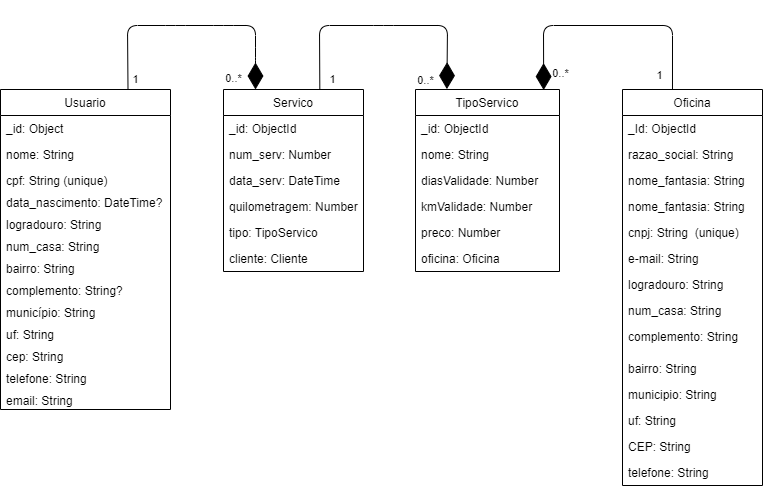
This is docs/NoAM.png from FatecFranca/DSM-G03-PI3-2024-2, a draw.io export, as it was before one commit. Source tidied: cells renumbered, new cells last; positions are measured from the earlier drawing's top-left corner, leaving out a move shared by most shapes.
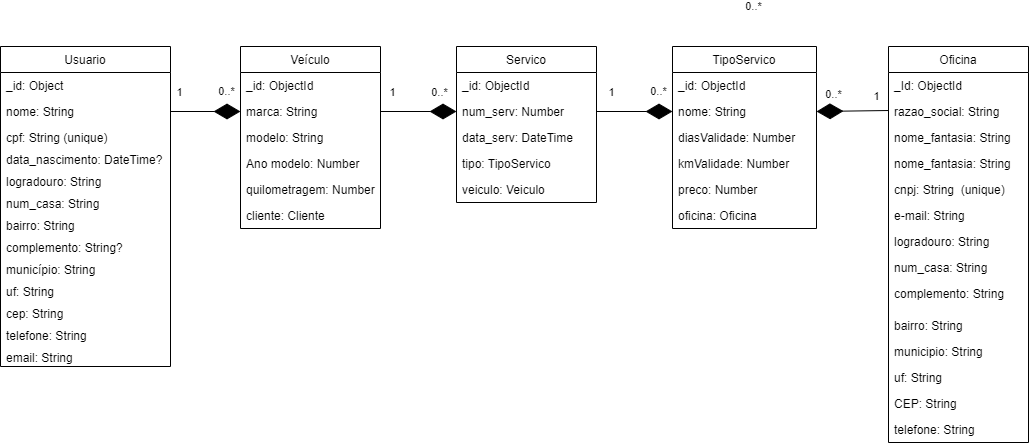
The same file after the commit.

Commit message:
(30/09) Alteração no drawio, inclusão de entidade veículo

Diff of the diagram source:
```diff
@@ -3,7 +3,7 @@
     <mxCell id="0" />
     <mxCell id="1" parent="0" />
     <mxCell id="2" value="Usuario" style="swimlane;fontStyle=0;horizontal=1;startSize=26;fillColor=none;" parent="1" vertex="1">
-      <mxGeometry y="88" width="170" height="320" as="geometry" />
+      <mxGeometry x="-65" y="88" width="170" height="320" as="geometry" />
     </mxCell>
     <mxCell id="3" value="_id: Object" style="text;strokeColor=none;fillColor=none;align=left;verticalAlign=top;spacingLeft=4;spacingRight=4;overflow=hidden;" parent="2" vertex="1">
       <mxGeometry y="26" width="170" height="26" as="geometry" />
@@ -44,29 +44,8 @@
     <mxCell id="15" value="email: String" style="text;strokeColor=none;fillColor=none;align=left;verticalAlign=top;spacingLeft=4;spacingRight=4;overflow=hidden;" parent="2" vertex="1">
       <mxGeometry y="298" width="170" height="22" as="geometry" />
     </mxCell>
-    <mxCell id="16" value="Servico" style="swimlane;fontStyle=0;horizontal=1;startSize=26;fillColor=none;" parent="1" vertex="1">
-      <mxGeometry x="223" y="88" width="140" height="182" as="geometry" />
-    </mxCell>
-    <mxCell id="17" value="_id: ObjectId" style="text;strokeColor=none;fillColor=none;align=left;verticalAlign=top;spacingLeft=4;spacingRight=4;overflow=hidden;" parent="16" vertex="1">
-      <mxGeometry y="26" width="140" height="26" as="geometry" />
-    </mxCell>
-    <mxCell id="18" value="num_serv: Number" style="text;strokeColor=none;fillColor=none;align=left;verticalAlign=top;spacingLeft=4;spacingRight=4;overflow=hidden;points=[[0,0.5],[1,0.5]];portConstraint=eastwest;" parent="16" vertex="1">
-      <mxGeometry y="52" width="140" height="26" as="geometry" />
-    </mxCell>
-    <mxCell id="19" value="data_serv: DateTime" style="text;strokeColor=none;fillColor=none;align=left;verticalAlign=top;spacingLeft=4;spacingRight=4;overflow=hidden;" parent="16" vertex="1">
-      <mxGeometry y="78" width="140" height="26" as="geometry" />
-    </mxCell>
-    <mxCell id="20" value="quilometragem: Number" style="text;strokeColor=none;fillColor=none;align=left;verticalAlign=top;spacingLeft=4;spacingRight=4;overflow=hidden;" parent="16" vertex="1">
-      <mxGeometry y="104" width="140" height="26" as="geometry" />
-    </mxCell>
-    <mxCell id="21" value="tipo: TipoServico" style="text;strokeColor=none;fillColor=none;align=left;verticalAlign=top;spacingLeft=4;spacingRight=4;overflow=hidden;" parent="16" vertex="1">
-      <mxGeometry y="130" width="140" height="26" as="geometry" />
-    </mxCell>
-    <mxCell id="22" value="cliente: Cliente" style="text;strokeColor=none;fillColor=none;align=left;verticalAlign=top;spacingLeft=4;spacingRight=4;overflow=hidden;" parent="16" vertex="1">
-      <mxGeometry y="156" width="140" height="26" as="geometry" />
-    </mxCell>
     <mxCell id="23" value="Oficina" style="swimlane;fontStyle=0;horizontal=1;startSize=26;fillColor=none;" parent="1" vertex="1">
-      <mxGeometry x="622" y="88" width="140" height="396" as="geometry" />
+      <mxGeometry x="823" y="88" width="140" height="396" as="geometry" />
     </mxCell>
     <mxCell id="24" value="_Id: ObjectId" style="text;strokeColor=none;fillColor=none;align=left;verticalAlign=top;spacingLeft=4;spacingRight=4;overflow=hidden;" parent="23" vertex="1">
       <mxGeometry y="26" width="140" height="26" as="geometry" />
@@ -111,7 +90,7 @@
       <mxGeometry y="370" width="140" height="26" as="geometry" />
     </mxCell>
     <mxCell id="38" value="TipoServico" style="swimlane;fontStyle=0;horizontal=1;startSize=26;fillColor=none;" parent="1" vertex="1">
-      <mxGeometry x="415" y="88" width="144" height="182" as="geometry" />
+      <mxGeometry x="607" y="88" width="144" height="182" as="geometry" />
     </mxCell>
     <mxCell id="39" value="_id: ObjectId" style="text;strokeColor=none;fillColor=none;align=left;verticalAlign=top;spacingLeft=4;spacingRight=4;overflow=hidden;" parent="38" vertex="1">
       <mxGeometry y="26" width="144" height="26" as="geometry" />
@@ -131,64 +110,101 @@
     <mxCell id="44" value="oficina: Oficina" style="text;strokeColor=none;fillColor=none;align=left;verticalAlign=top;spacingLeft=4;spacingRight=4;overflow=hidden;" parent="38" vertex="1">
       <mxGeometry y="156" width="144" height="26" as="geometry" />
     </mxCell>
-    <mxCell id="45" style="endArrow=diamondThin;endFill=1;endSize=24;html=1;fillColor=#000000;exitX=0.75;exitY=0;exitDx=0;exitDy=0;" parent="1" edge="1" source="2">
-      <mxGeometry relative="1" as="geometry">
-        <mxPoint x="255" y="88" as="targetPoint" />
-        <Array as="points">
-          <mxPoint x="127" y="24" />
-          <mxPoint x="175" y="24" />
-          <mxPoint x="223" y="24" />
-          <mxPoint x="255" y="24" />
-          <mxPoint x="255" y="56" />
-        </Array>
-      </mxGeometry>
-    </mxCell>
-    <mxCell id="46" style="endArrow=diamondThin;endFill=1;endSize=24;html=1;fillColor=#000000;exitX=0.357;exitY=0;exitDx=0;exitDy=0;exitPerimeter=0;entryX=0.89;entryY=0.003;entryDx=0;entryDy=0;entryPerimeter=0;" parent="1" edge="1" source="23" target="38">
-      <mxGeometry relative="1" as="geometry">
-        <Array as="points">
-          <mxPoint x="672" y="24" />
-          <mxPoint x="543" y="24" />
-        </Array>
-      </mxGeometry>
-    </mxCell>
     <mxCell id="47" value="0..*" style="edgeLabel;html=1;align=center;verticalAlign=middle;" parent="1" vertex="1">
-      <mxGeometry x="255" y="368" as="geometry">
+      <mxGeometry x="183" y="424" as="geometry">
         <mxPoint x="-22" y="-291" as="offset" />
       </mxGeometry>
     </mxCell>
     <mxCell id="48" value="1" style="edgeLabel;html=1;align=center;verticalAlign=middle;" parent="1" vertex="1">
-      <mxGeometry x="179.2" y="122.2" as="geometry">
+      <mxGeometry x="159" y="179" as="geometry">
         <mxPoint x="-45" y="-45" as="offset" />
       </mxGeometry>
     </mxCell>
     <mxCell id="49" value="1" style="edgeLabel;html=1;align=center;verticalAlign=middle;" parent="1" vertex="1">
-      <mxGeometry x="727" y="72" as="geometry">
+      <mxGeometry x="879" y="136" as="geometry">
         <mxPoint x="-68" y="2" as="offset" />
       </mxGeometry>
     </mxCell>
     <mxCell id="50" value="0..*" style="edgeLabel;html=1;align=center;verticalAlign=middle;" parent="1" vertex="1">
-      <mxGeometry x="503" as="geometry">
+      <mxGeometry x="711" y="64" as="geometry">
         <mxPoint x="57" y="72" as="offset" />
       </mxGeometry>
     </mxCell>
-    <mxCell id="51" style="endArrow=diamondThin;endFill=1;endSize=24;html=1;fillColor=#000000;entryX=0.218;entryY=-0.002;entryDx=0;entryDy=0;entryPerimeter=0;exitX=0.688;exitY=-0.001;exitDx=0;exitDy=0;exitPerimeter=0;" parent="1" edge="1" source="16" target="38">
-      <mxGeometry relative="1" as="geometry">
-        <Array as="points">
-          <mxPoint x="319" y="24" />
-          <mxPoint x="383" y="24" />
-          <mxPoint x="447" y="24" />
-        </Array>
-      </mxGeometry>
-    </mxCell>
-    <mxCell id="52" value="0..*" style="edgeLabel;html=1;align=center;verticalAlign=middle;" parent="1" vertex="1">
-      <mxGeometry x="447" y="370" as="geometry">
-        <mxPoint x="-22" y="-291" as="offset" />
-      </mxGeometry>
-    </mxCell>
-    <mxCell id="53" value="1" style="edgeLabel;html=1;align=center;verticalAlign=middle;" parent="1" vertex="1">
-      <mxGeometry x="354" y="369" as="geometry">
-        <mxPoint x="-22" y="-291" as="offset" />
-      </mxGeometry>
-    </mxCell>
+    <mxCell id="54" value="Veículo" style="swimlane;fontStyle=0;horizontal=1;startSize=26;fillColor=none;" parent="1" vertex="1">
+      <mxGeometry x="175" y="88" width="140" height="182" as="geometry" />
+    </mxCell>
+    <mxCell id="55" value="_id: ObjectId" style="text;strokeColor=none;fillColor=none;align=left;verticalAlign=top;spacingLeft=4;spacingRight=4;overflow=hidden;" parent="54" vertex="1">
+      <mxGeometry y="26" width="140" height="26" as="geometry" />
+    </mxCell>
+    <mxCell id="56" value="marca: String" style="text;strokeColor=none;fillColor=none;align=left;verticalAlign=top;spacingLeft=4;spacingRight=4;overflow=hidden;points=[[0,0.5],[1,0.5]];portConstraint=eastwest;" parent="54" vertex="1">
+      <mxGeometry y="52" width="140" height="26" as="geometry" />
+    </mxCell>
+    <mxCell id="57" value="modelo: String" style="text;strokeColor=none;fillColor=none;align=left;verticalAlign=top;spacingLeft=4;spacingRight=4;overflow=hidden;" parent="54" vertex="1">
+      <mxGeometry y="78" width="140" height="26" as="geometry" />
+    </mxCell>
+    <mxCell id="58" value="Ano modelo: Number" style="text;strokeColor=none;fillColor=none;align=left;verticalAlign=top;spacingLeft=4;spacingRight=4;overflow=hidden;" parent="54" vertex="1">
+      <mxGeometry y="104" width="140" height="26" as="geometry" />
+    </mxCell>
+    <mxCell id="20" value="quilometragem: Number" style="text;strokeColor=none;fillColor=none;align=left;verticalAlign=top;spacingLeft=4;spacingRight=4;overflow=hidden;" parent="54" vertex="1">
+      <mxGeometry y="130" width="140" height="26" as="geometry" />
+    </mxCell>
+    <mxCell id="22" value="cliente: Cliente" style="text;strokeColor=none;fillColor=none;align=left;verticalAlign=top;spacingLeft=4;spacingRight=4;overflow=hidden;" parent="54" vertex="1">
+      <mxGeometry y="156" width="140" height="26" as="geometry" />
+    </mxCell>
+    <mxCell id="16" value="Servico" style="swimlane;fontStyle=0;horizontal=1;startSize=26;fillColor=none;" parent="1" vertex="1">
+      <mxGeometry x="391" y="88" width="140" height="156" as="geometry" />
+    </mxCell>
+    <mxCell id="59" value="_id: ObjectId" style="text;strokeColor=none;fillColor=none;align=left;verticalAlign=top;spacingLeft=4;spacingRight=4;overflow=hidden;" parent="16" vertex="1">
+      <mxGeometry y="26" width="140" height="26" as="geometry" />
+    </mxCell>
+    <mxCell id="18" value="num_serv: Number" style="text;strokeColor=none;fillColor=none;align=left;verticalAlign=top;spacingLeft=4;spacingRight=4;overflow=hidden;points=[[0,0.5],[1,0.5]];portConstraint=eastwest;" parent="16" vertex="1">
+      <mxGeometry y="52" width="140" height="26" as="geometry" />
+    </mxCell>
+    <mxCell id="19" value="data_serv: DateTime" style="text;strokeColor=none;fillColor=none;align=left;verticalAlign=top;spacingLeft=4;spacingRight=4;overflow=hidden;" parent="16" vertex="1">
+      <mxGeometry y="78" width="140" height="26" as="geometry" />
+    </mxCell>
+    <mxCell id="21" value="tipo: TipoServico" style="text;strokeColor=none;fillColor=none;align=left;verticalAlign=top;spacingLeft=4;spacingRight=4;overflow=hidden;" parent="16" vertex="1">
+      <mxGeometry y="104" width="140" height="26" as="geometry" />
+    </mxCell>
+    <mxCell id="60" value="veiculo: Veiculo" style="text;strokeColor=none;fillColor=none;align=left;verticalAlign=top;spacingLeft=4;spacingRight=4;overflow=hidden;" parent="16" vertex="1">
+      <mxGeometry y="130" width="140" height="26" as="geometry" />
+    </mxCell>
+    <mxCell id="61" style="endArrow=diamondThin;endFill=1;endSize=24;html=1;entryX=0;entryY=0.5;entryDx=0;entryDy=0;exitX=1;exitY=0.5;exitDx=0;exitDy=0;" parent="1" edge="1" source="4" target="56">
+      <mxGeometry relative="1" as="geometry" />
+    </mxCell>
+    <mxCell id="62" style="endArrow=diamondThin;endFill=1;endSize=24;html=1;exitX=1;exitY=0.5;exitDx=0;exitDy=0;entryX=0;entryY=0.5;entryDx=0;entryDy=0;" parent="1" edge="1" source="56" target="18">
+      <mxGeometry relative="1" as="geometry" />
+    </mxCell>
+    <mxCell id="63" style="endArrow=diamondThin;endFill=1;endSize=24;html=1;exitX=1;exitY=0.5;exitDx=0;exitDy=0;entryX=0;entryY=0.5;entryDx=0;entryDy=0;" parent="1" edge="1" source="18" target="40">
+      <mxGeometry relative="1" as="geometry" />
+    </mxCell>
+    <mxCell id="64" style="endArrow=diamondThin;endFill=1;endSize=24;html=1;exitX=0;exitY=0.462;exitDx=0;exitDy=0;exitPerimeter=0;entryX=1;entryY=0.5;entryDx=0;entryDy=0;" parent="1" edge="1" source="25" target="40">
+      <mxGeometry relative="1" as="geometry" />
+    </mxCell>
+    <mxCell id="65" value="0..*" style="edgeLabel;html=1;align=center;verticalAlign=middle;" parent="1" vertex="1">
+      <mxGeometry x="631" y="-24" as="geometry">
+        <mxPoint x="57" y="72" as="offset" />
+      </mxGeometry>
+    </mxCell>
+    <mxCell id="66" value="0..*" style="edgeLabel;html=1;align=center;verticalAlign=middle;" parent="1" vertex="1">
+      <mxGeometry x="396" y="425" as="geometry">
+        <mxPoint x="-22" y="-291" as="offset" />
+      </mxGeometry>
+    </mxCell>
+    <mxCell id="67" value="1" style="edgeLabel;html=1;align=center;verticalAlign=middle;" parent="1" vertex="1">
+      <mxGeometry x="372" y="179" as="geometry">
+        <mxPoint x="-45" y="-45" as="offset" />
+      </mxGeometry>
+    </mxCell>
+    <mxCell id="68" value="0..*" style="edgeLabel;html=1;align=center;verticalAlign=middle;" parent="1" vertex="1">
+      <mxGeometry x="615" y="424" as="geometry">
+        <mxPoint x="-22" y="-291" as="offset" />
+      </mxGeometry>
+    </mxCell>
+    <mxCell id="69" value="1" style="edgeLabel;html=1;align=center;verticalAlign=middle;" parent="1" vertex="1">
+      <mxGeometry x="591" y="179" as="geometry">
+        <mxPoint x="-45" y="-45" as="offset" />
+      </mxGeometry>
+    </mxCell>
   </root>
 </mxGraphModel>
```
